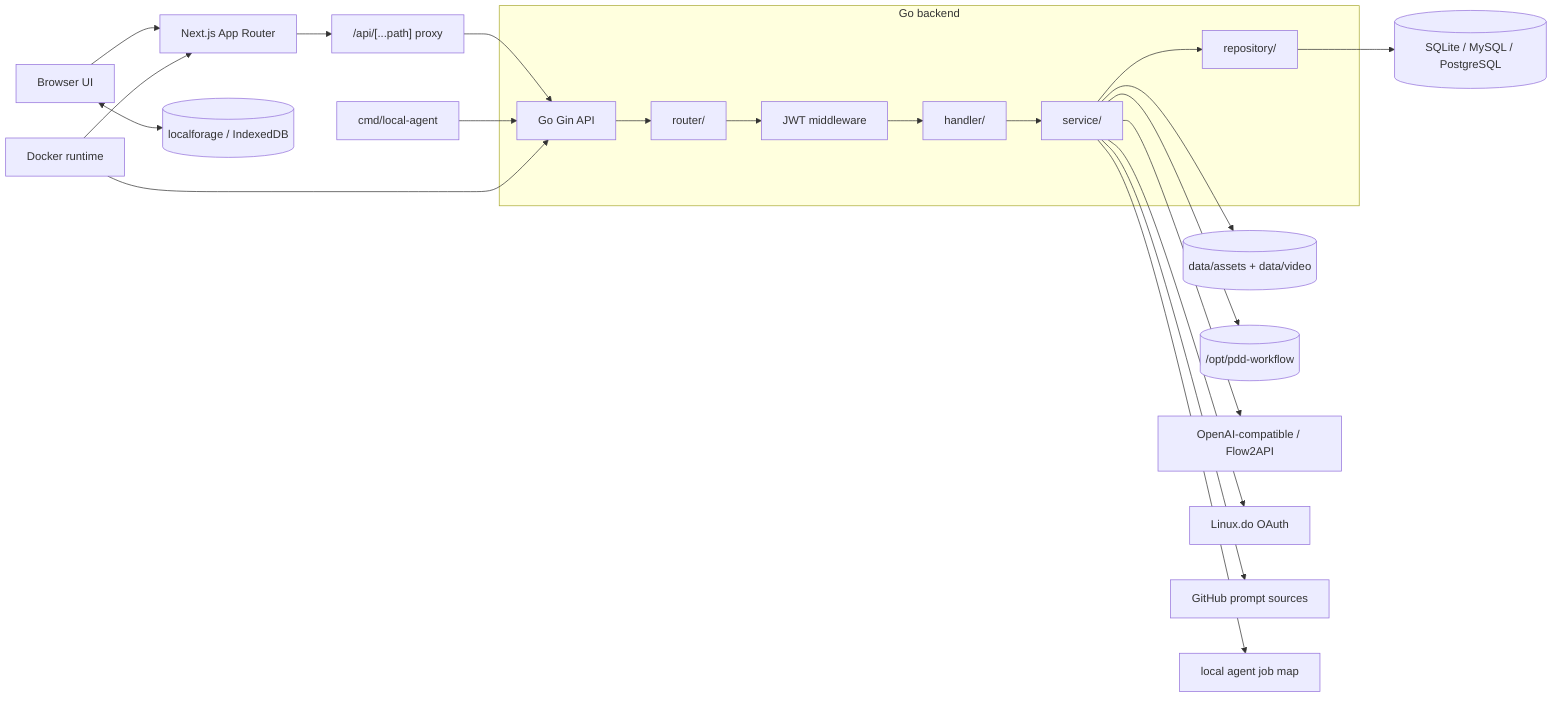
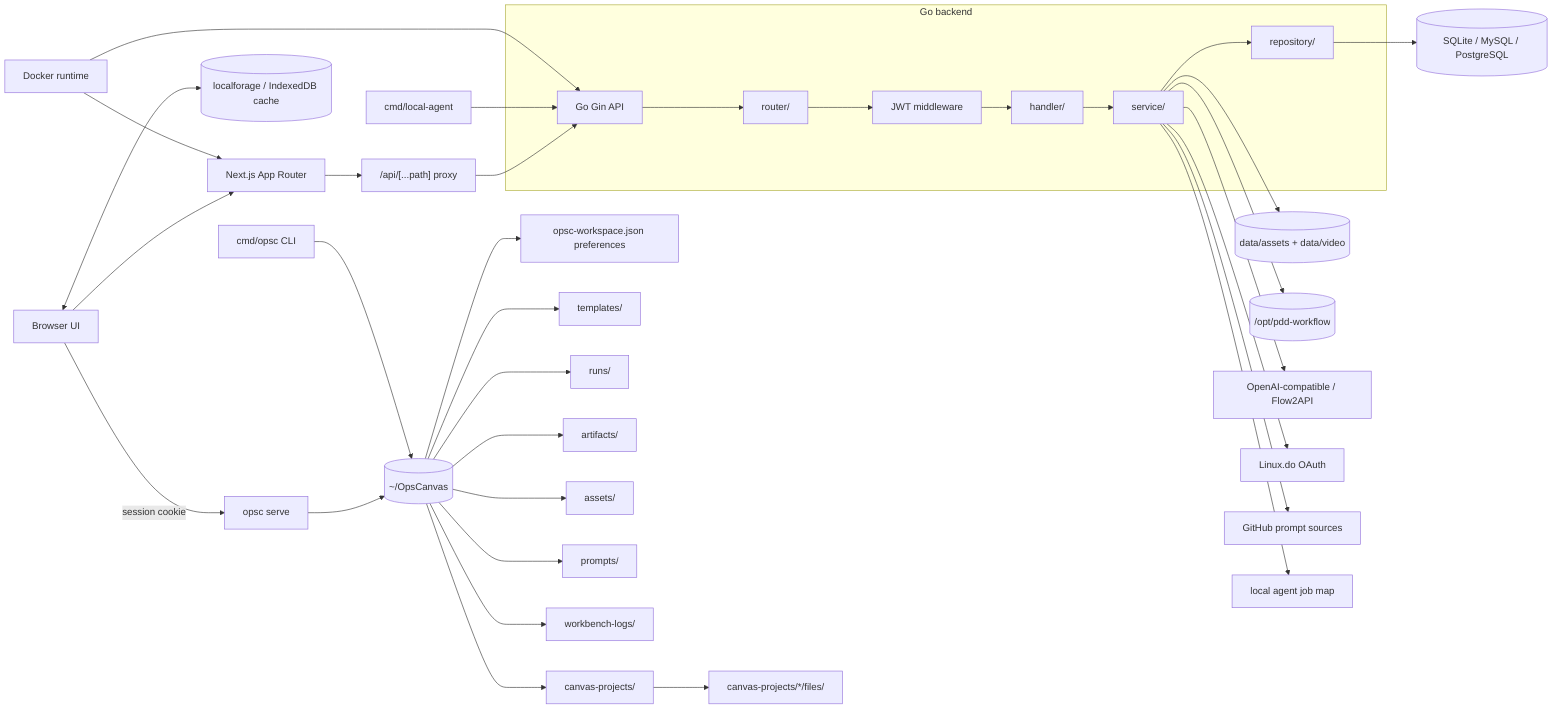
flowchart LR
  Browser["Browser UI"] --> NextApp["Next.js App Router"]
-   Browser <--> LocalStore[("localforage / IndexedDB")]
+   Browser <--> LocalStore[("localforage / IndexedDB cache")]
+   Browser -- "session cookie" --> OpscServe["opsc serve"]
  NextApp --> Proxy["/api/[...path] proxy"]
  Proxy --> Gin["Go Gin API"]

  subgraph API["Go backend"]
    Gin --> Router["router/"]
    Router --> Middleware["JWT middleware"]
    Middleware --> Handlers["handler/"]
    Handlers --> Services["service/"]
    Services --> Repositories["repository/"]
  end

  Repositories --> DB[("SQLite / MySQL / PostgreSQL")]
  Services --> Files[("data/assets + data/video")]
  Services --> PDD[("/opt/pdd-workflow")]
  Services --> Models["OpenAI-compatible / Flow2API"]
  Services --> LinuxDo["Linux.do OAuth"]
  Services --> GitHubSources["GitHub prompt sources"]
  Services --> AgentQueue["local agent job map"]
  LocalAgent["cmd/local-agent"] --> Gin
+   OpscServe --> LocalWorkspace[("~/OpsCanvas")]
+   LocalWorkspace --> WorkspacePrefs["opsc-workspace.json preferences"]
+   LocalWorkspace --> LocalTemplates["templates/"]
+   LocalWorkspace --> LocalRuns["runs/"]
+   LocalWorkspace --> LocalArtifacts["artifacts/"]
+   LocalWorkspace --> LocalAssets["assets/"]
+   LocalWorkspace --> LocalPrompts["prompts/"]
+   LocalWorkspace --> CanvasProjects["canvas-projects/"]
+   CanvasProjects --> CanvasFiles["canvas-projects/*/files/"]
+   LocalWorkspace --> WorkbenchLogs["workbench-logs/"]
+   OpscCLI["cmd/opsc CLI"] --> LocalWorkspace

  Docker["Docker runtime"] --> NextApp
  Docker --> Gin
- 
